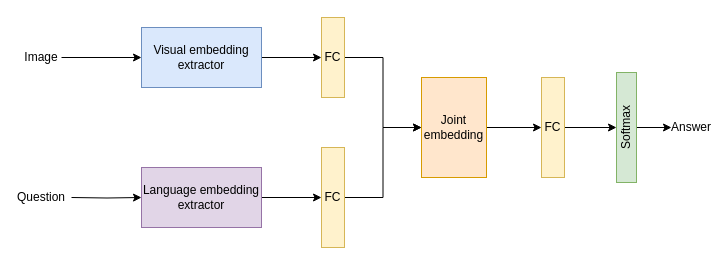
The draw.io diagram Paper/DrawIO/joint_embedding.drawio in ninojansen/Master-Thesis, before the edit. Source tidied: cells renumbered, new cells numbered last; positions are measured from the earlier drawing's top-left corner, leaving out a move shared by most shapes. Both pictures are drawn from the tidied source at 100%, with x=0, y=0 at pixel (21, 17).
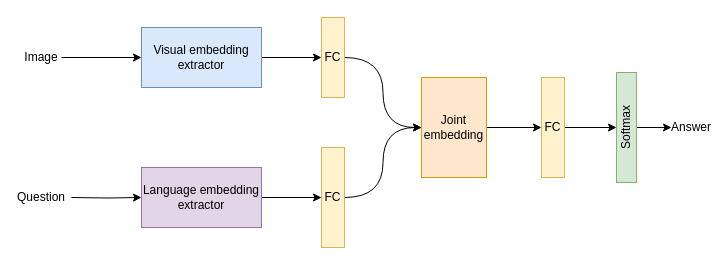
The same page after the edit.

The change refers to these unchanged cells:
```xml
<mxCell id="7" value="FC" style="rounded=0;whiteSpace=wrap;html=1;direction=south;fillColor=#fff2cc;strokeColor=#d6b656;" parent="1" vertex="1">
  <mxGeometry x="300" y="130" width="23" height="100" as="geometry" />
</mxCell>
<mxCell id="9" value="FC" style="rounded=0;whiteSpace=wrap;html=1;direction=south;fillColor=#fff2cc;strokeColor=#d6b656;" parent="1" vertex="1">
  <mxGeometry x="300" width="23" height="80" as="geometry" />
</mxCell>
<mxCell id="15" value="Joint embedding" style="rounded=0;whiteSpace=wrap;html=1;direction=east;fillColor=#ffe6cc;strokeColor=#d79b00;" parent="1" vertex="1">
  <mxGeometry x="400" y="60" width="65" height="100" as="geometry" />
</mxCell>
```

Diff of the diagram source:
```diff
@@
-    <mxCell id="6" style="edgeStyle=orthogonalEdgeStyle;rounded=0;jettySize=auto;html=1;exitX=0.5;exitY=0;exitDx=0;exitDy=0;entryX=0;entryY=0.5;entryDx=0;entryDy=0;" parent="1" edge="1" source="7" target="15">
+    <mxCell id="6" style="edgeStyle=orthogonalEdgeStyle;jettySize=auto;html=1;exitX=0.5;exitY=0;exitDx=0;exitDy=0;entryX=0;entryY=0.5;entryDx=0;entryDy=0;curved=1;" parent="1" edge="1" source="7" target="15">
       <mxGeometry relative="1" as="geometry" />
     </mxCell>
@@
-    <mxCell id="8" style="edgeStyle=orthogonalEdgeStyle;rounded=0;jettySize=auto;html=1;exitX=0.5;exitY=0;exitDx=0;exitDy=0;entryX=0;entryY=0.5;entryDx=0;entryDy=0;" parent="1" edge="1" source="9" target="15">
+    <mxCell id="8" style="edgeStyle=orthogonalEdgeStyle;jettySize=auto;html=1;exitX=0.5;exitY=0;exitDx=0;exitDy=0;entryX=0;entryY=0.5;entryDx=0;entryDy=0;curved=1;" parent="1" edge="1" source="9" target="15">
       <mxGeometry relative="1" as="geometry" />
     </mxCell>
```
